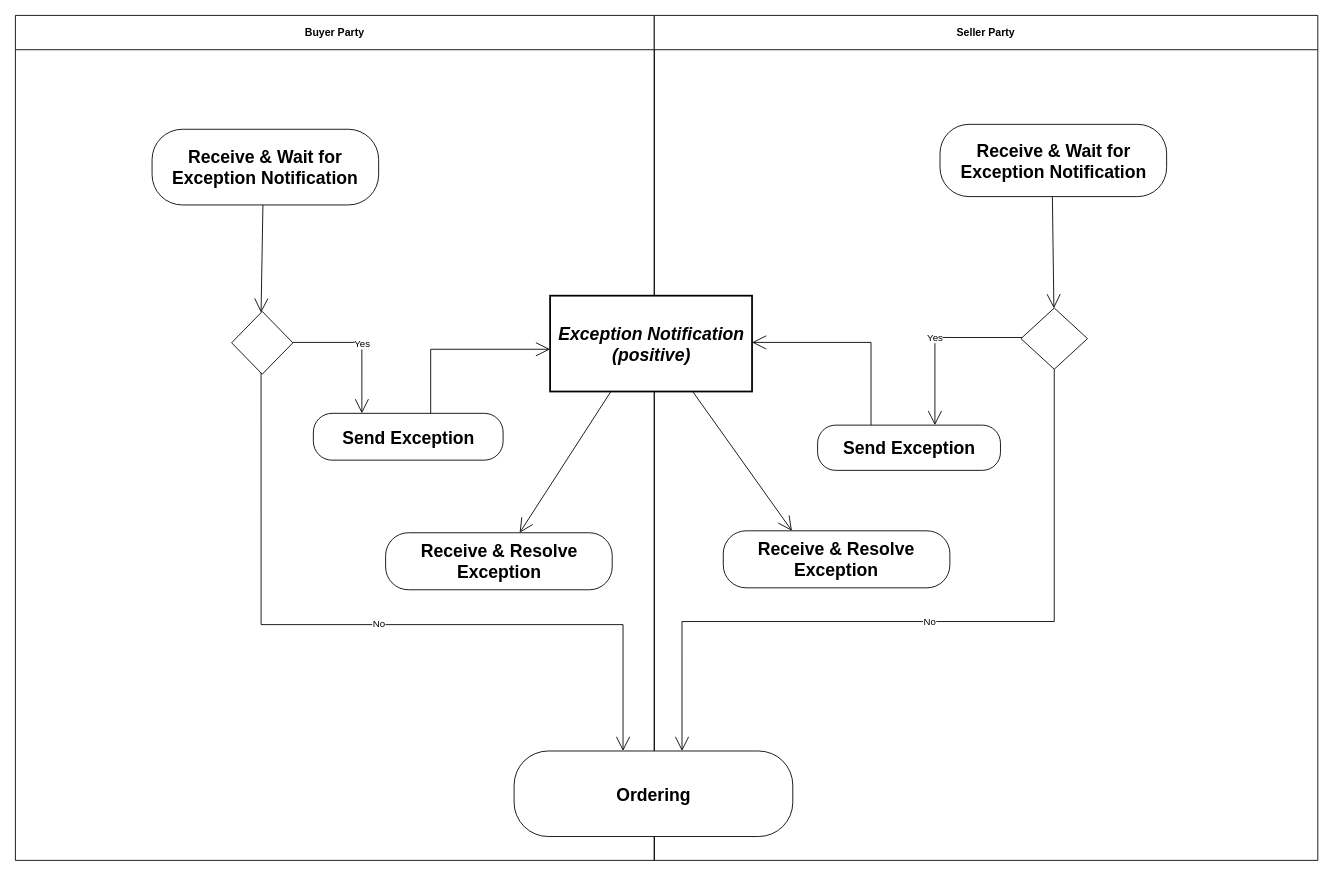
Earlier version of the draw.io diagram diagrams/UBL-2.2-CPFR-IdentifyResolve/UBL-2.2-CPFR-IdentifyResolve.drawio (kduvekot/ubl-work-on-svg-images). Source tidied: cells renumbered, new cells numbered last; positions are measured from the earlier drawing's top-left corner, leaving out a move shared by most shapes. Both pictures are drawn from the tidied source at 88%, with x=0, y=0 at pixel (15, 15).
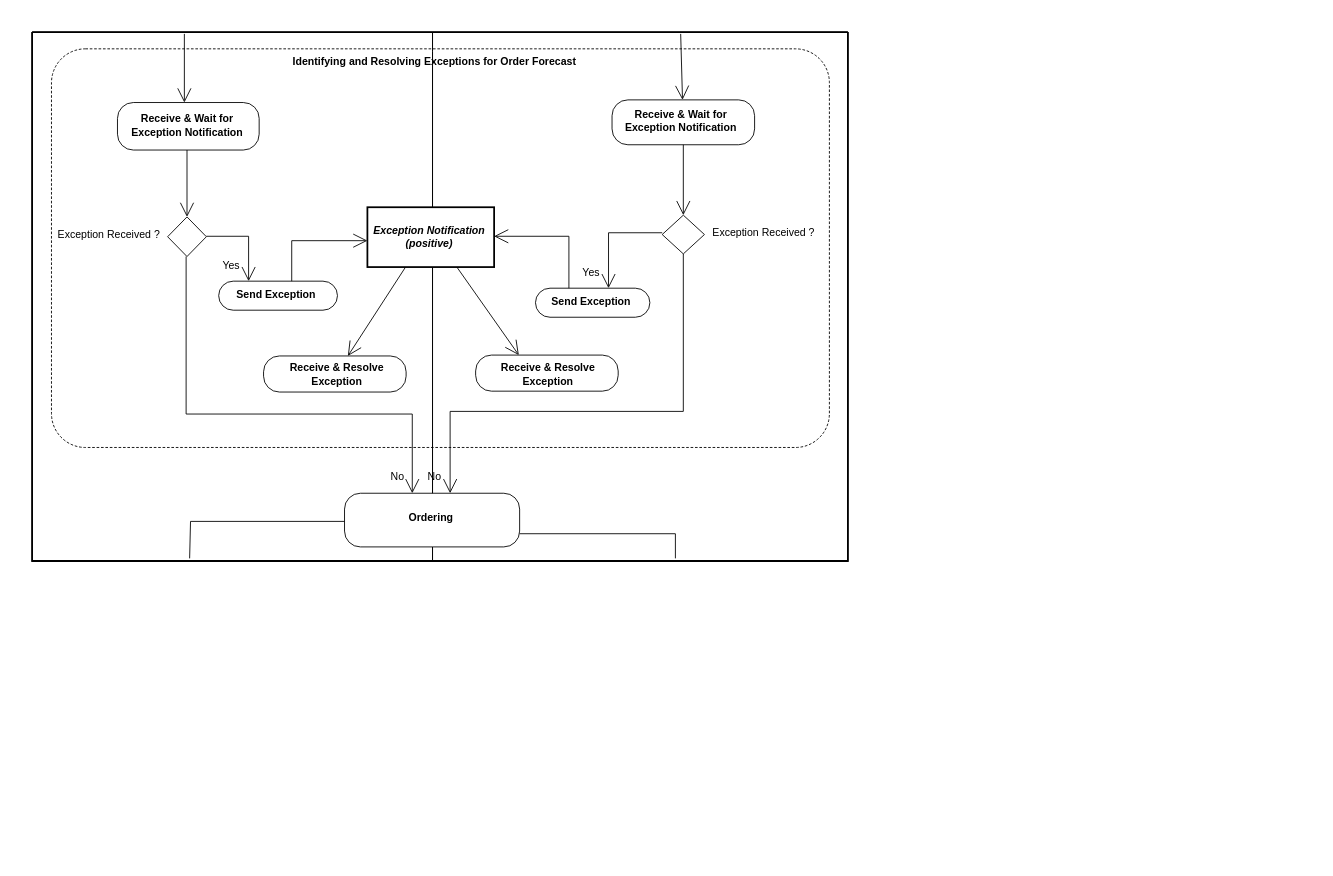
Above is the later version.

What changed in the source:
```diff
@@
+    <mxCell id="24" style="swimlane;html=1;startSize=0;whiteSpace=wrap;fillColor=none;strokeWidth=2;" parent="1" vertex="1">
+      <mxGeometry x="19" y="19" width="927" height="601" as="geometry" />
+    </mxCell>
+    <mxCell id="25" value="Identifying and Resolving Exceptions for Order Forecast" style="rounded=1;absoluteArcSize=1;arcSize=77;fillColor=none;dashed=1;dashPattern=3 2;html=1;whiteSpace=nowrap;fontSize=12;fontStyle=1;align=center;verticalAlign=top;spacing=0;spacingTop=3;spacingRight=14;" parent="24" vertex="1">
+      <mxGeometry x="22" y="19" width="884" height="453" as="geometry" />
+    </mxCell>
-    <mxCell id="2" value="Buyer Party" style="swimlane;whiteSpace=wrap;html=1;startSize=39;" parent="1" vertex="1">
-      <mxGeometry width="726" height="960.2" as="geometry" />
+    <mxCell id="2" style="swimlane;horizontal=1;startSize=22;swimlaneLine=0;html=1;fillColor=none;fontSize=12;fontStyle=0;spacing=0;spacingRight=2;" parent="24" vertex="1">
+      <mxGeometry width="455" height="601" as="geometry" />
     </mxCell>
-    <mxCell id="3" value="Seller Party" style="swimlane;whiteSpace=wrap;html=1;startSize=39;" parent="1" vertex="1">
-      <mxGeometry x="726" width="754" height="960.2" as="geometry" />
+    <mxCell id="3" style="swimlane;horizontal=1;startSize=22;swimlaneLine=0;html=1;fillColor=none;fontSize=12;fontStyle=0;spacing=0;spacingLeft=1;" parent="24" vertex="1">
+      <mxGeometry x="455" width="472" height="601" as="geometry" />
     </mxCell>
-    <mxCell id="4" value="Receive &amp; Wait for Exception Notification" style="rounded=1;arcSize=40;whiteSpace=wrap;html=1;fontStyle=1;fontFamily=Helvetica;fontSize=20;" parent="1" vertex="1">
-      <mxGeometry x="1050.7" y="123.8" width="257.5" height="82.1" as="geometry" />
+    <mxCell id="4" value="Receive &amp;amp; Wait for&lt;br&gt;Exception Notification" style="rounded=1;absoluteArcSize=1;arcSize=36;html=1;whiteSpace=nowrap;fontSize=12;fontStyle=1;align=center;verticalAlign=middle;spacing=0;spacingRight=6;spacingBottom=4;" parent="3" vertex="1">
+      <mxGeometry x="204" y="77" width="162" height="51" as="geometry" />
     </mxCell>
-    <mxCell id="5" value="Receive &amp; Wait for Exception Notification" style="rounded=1;arcSize=40;whiteSpace=wrap;html=1;fontStyle=1;fontFamily=Helvetica;fontSize=20;" parent="1" vertex="1">
-      <mxGeometry x="155.3" y="129.4" width="257.5" height="86" as="geometry" />
+    <mxCell id="5" value="Receive &amp;amp; Wait for&lt;br&gt;Exception Notification" style="rounded=1;absoluteArcSize=1;arcSize=36;html=1;whiteSpace=nowrap;fontSize=12;fontStyle=1;align=center;verticalAlign=middle;spacing=0;spacingRight=3;spacingBottom=3;" parent="2" vertex="1">
+      <mxGeometry x="97" y="80" width="161" height="54" as="geometry" />
     </mxCell>
-    <mxCell id="6" value="Exception Notification (positive)" style="rounded=0;whiteSpace=wrap;html=1;fontStyle=3;strokeWidth=2;fontFamily=Helvetica;fontSize=20;" parent="1" vertex="1">
-      <mxGeometry x="607.6" y="318.5" width="229.5" height="108.9" as="geometry" />
+    <mxCell id="6" value="Exception Notification&lt;br&gt;(positive)" style="rounded=0;html=1;whiteSpace=nowrap;fontSize=12;fontStyle=3;align=center;verticalAlign=middle;spacing=0;spacingRight=5;spacingBottom=1;strokeWidth=2;" parent="3" vertex="1">
+      <mxGeometry x="-74" y="199" width="144" height="68" as="geometry" />
     </mxCell>
-    <mxCell id="7" style="rhombus;whiteSpace=wrap;html=1;fontFamily=Helvetica;fontSize=20;" parent="1" vertex="1">
-      <mxGeometry x="1142.7" y="332.5" width="75.6" height="69.6" as="geometry" />
+    <mxCell id="7" value="Exception Received ?" style="rhombus;html=1;whiteSpace=nowrap;fontSize=12;fontStyle=0;align=center;verticalAlign=middle;spacing=0;spacingLeft=181;spacingBottom=5;" parent="3" vertex="1">
+      <mxGeometry x="261" y="208" width="48" height="44" as="geometry" />
     </mxCell>
-    <mxCell id="8" style="rhombus;whiteSpace=wrap;html=1;fontFamily=Helvetica;fontSize=20;" parent="1" vertex="1">
-      <mxGeometry x="245.7" y="336.4" width="69.6" height="71.3" as="geometry" />
+    <mxCell id="8" value="Exception Received ?" style="rhombus;html=1;whiteSpace=nowrap;fontSize=12;fontStyle=0;align=center;verticalAlign=middle;spacing=0;spacingRight=178;spacingBottom=4;" parent="2" vertex="1">
+      <mxGeometry x="154" y="210" width="44" height="45" as="geometry" />
     </mxCell>
-    <mxCell id="9" value="Send Exception" style="rounded=1;arcSize=40;whiteSpace=wrap;html=1;fontStyle=1;fontFamily=Helvetica;fontSize=20;" parent="1" vertex="1">
-      <mxGeometry x="338.6" y="452.2" width="215.6" height="53.2" as="geometry" />
+    <mxCell id="9" value="Send Exception" style="rounded=1;absoluteArcSize=1;arcSize=35;html=1;whiteSpace=nowrap;fontSize=12;fontStyle=1;align=center;verticalAlign=middle;spacing=0;spacingRight=5;spacingBottom=1;" parent="2" vertex="1">
+      <mxGeometry x="212" y="283" width="135" height="33" as="geometry" />
     </mxCell>
-    <mxCell id="10" value="Send Exception" style="rounded=1;arcSize=40;whiteSpace=wrap;html=1;fontStyle=1;fontFamily=Helvetica;fontSize=20;" parent="1" vertex="1">
-      <mxGeometry x="911.6" y="465.6" width="207.8" height="51.4" as="geometry" />
+    <mxCell id="10" value="Send Exception" style="rounded=1;absoluteArcSize=1;arcSize=34;html=1;whiteSpace=nowrap;fontSize=12;fontStyle=1;align=center;verticalAlign=middle;spacing=0;spacingRight=5;spacingBottom=2;" parent="3" vertex="1">
+      <mxGeometry x="117" y="291" width="130" height="33" as="geometry" />
     </mxCell>
-    <mxCell id="11" value="Receive &amp; Resolve Exception" style="rounded=1;arcSize=40;whiteSpace=wrap;html=1;fontStyle=1;fontFamily=Helvetica;fontSize=20;" parent="1" vertex="1">
-      <mxGeometry x="804.4" y="585.7" width="257.5" height="64.8" as="geometry" />
+    <mxCell id="11" value="Receive &amp;amp; Resolve&lt;br&gt;Exception" style="rounded=1;absoluteArcSize=1;arcSize=36;html=1;whiteSpace=nowrap;fontSize=12;fontStyle=1;align=center;verticalAlign=middle;spacing=0;spacingLeft=2;spacingTop=2;" parent="3" vertex="1">
+      <mxGeometry x="49" y="367" width="162" height="41" as="geometry" />
     </mxCell>
-    <mxCell id="12" value="Receive &amp; Resolve Exception" style="rounded=1;arcSize=40;whiteSpace=wrap;html=1;fontStyle=1;fontFamily=Helvetica;fontSize=20;" parent="1" vertex="1">
-      <mxGeometry x="420.7" y="587.9" width="257.5" height="64.8" as="geometry" />
+    <mxCell id="12" value="Receive &amp;amp; Resolve&lt;br&gt;Exception" style="rounded=1;absoluteArcSize=1;arcSize=36;html=1;whiteSpace=nowrap;fontSize=12;fontStyle=1;align=center;verticalAlign=middle;spacing=0;spacingLeft=4;spacingTop=1;" parent="2" vertex="1">
+      <mxGeometry x="263" y="368" width="162" height="41" as="geometry" />
     </mxCell>
-    <mxCell id="13" value="Ordering" style="rounded=1;arcSize=40;whiteSpace=wrap;html=1;fontStyle=1;fontFamily=Helvetica;fontSize=20;" parent="1" vertex="1">
-      <mxGeometry x="566.7" y="835.9" width="316.7" height="97.2" as="geometry" />
+    <mxCell id="13" value="Ordering" style="rounded=1;absoluteArcSize=1;arcSize=36;html=1;whiteSpace=nowrap;fontSize=12;fontStyle=1;align=center;verticalAlign=middle;spacing=0;spacingRight=3;spacingBottom=6;" parent="3" vertex="1">
+      <mxGeometry x="-100" y="524" width="199" height="61" as="geometry" />
     </mxCell>
-    <mxCell id="14" style="edgeStyle=none;rounded=0;html=1;endArrow=open;endFill=0;endSize=14;exitX=0.4959;exitY=1.0;entryX=0.4947;entryY=0.0;" parent="1" edge="1" source="4" target="7">
+    <mxCell id="14" style="edgeStyle=none;rounded=0;html=1;endArrow=open;endFill=0;endSize=14;exitX=0.5;exitY=1;exitPerimeter=0;entryX=0.5;entryY=0;entryPerimeter=0;" parent="3" edge="1" source="4" target="7">
       <mxGeometry relative="1" as="geometry" />
     </mxCell>
-    <mxCell id="15" style="edgeStyle=none;rounded=0;html=1;endArrow=open;endFill=0;endSize=14;exitX=0.4893;exitY=1.0;entryX=0.4799;entryY=0.0;" parent="1" edge="1" source="5" target="8">
+    <mxCell id="15" style="edgeStyle=none;rounded=0;html=1;endArrow=open;endFill=0;endSize=14;exitPerimeter=0;entryX=0.5;entryY=0;entryPerimeter=0;exitX=0.490683;exitY=1;" parent="2" edge="1" source="5" target="8">
       <mxGeometry relative="1" as="geometry" />
     </mxCell>
-    <mxCell id="16" style="edgeStyle=orthogonalEdgeStyle;rounded=0;html=1;endArrow=open;endFill=0;endSize=14;exitX=0.2921;exitY=0.0;entryX=1.0;entryY=0.4876;" parent="1" edge="1" source="10" target="6">
+    <mxCell id="16" style="edgeStyle=orthogonalEdgeStyle;rounded=0;html=1;endArrow=open;endFill=0;endSize=14;exitPerimeter=0;entryPerimeter=0;exitX=0.292308;exitY=0;entryX=1;entryY=0.485294;" parent="3" edge="1" source="10" target="6">
       <mxGeometry relative="1" as="geometry">
         <Array as="points">
-          <mxPoint x="972.3" y="371.6" />
+          <mxPoint x="155" y="232" />
         </Array>
       </mxGeometry>
     </mxCell>
-    <mxCell id="17" value="Yes" style="edgeStyle=orthogonalEdgeStyle;rounded=0;html=1;endArrow=open;endFill=0;endSize=14;exitX=0.0;exitY=0.4813;entryX=0.6415;entryY=0.0;" parent="1" edge="1" source="7" target="10">
-      <mxGeometry relative="1" as="geometry">
+    <mxCell id="17" value="Yes" style="edgeStyle=orthogonalEdgeStyle;rounded=0;html=1;endArrow=open;endFill=0;endSize=14;exitPerimeter=0;entryPerimeter=0;fontSize=12;fontStyle=0;align=center;verticalAlign=middle;labelBackgroundColor=none;exitX=0;exitY=0.454545;entryX=0.638462;entryY=0;" parent="3" edge="1" source="7" target="10">
+      <mxGeometry x="0.72" relative="1" as="geometry">
         <Array as="points">
-          <mxPoint x="1044.9" y="366" />
+          <mxPoint x="200" y="228" />
         </Array>
+        <mxPoint x="-20" as="offset" />
       </mxGeometry>
     </mxCell>
-    <mxCell id="18" style="edgeStyle=orthogonalEdgeStyle;rounded=0;html=1;endArrow=open;endFill=0;endSize=14;exitX=0.6183;exitY=0.0;entryX=0.0;entryY=0.5592;" parent="1" edge="1" source="9" target="6">
+    <mxCell id="18" style="edgeStyle=orthogonalEdgeStyle;rounded=0;html=1;endArrow=open;endFill=0;endSize=14;exitPerimeter=0;entryPerimeter=0;exitX=0.614815;exitY=0;entryX=0;entryY=0.558824;" parent="24" edge="1" source="9" target="6">
       <mxGeometry relative="1" as="geometry">
         <Array as="points">
-          <mxPoint x="471.9" y="379.4" />
+          <mxPoint x="295" y="237" />
         </Array>
       </mxGeometry>
     </mxCell>
-    <mxCell id="19" value="Yes" style="edgeStyle=orthogonalEdgeStyle;rounded=0;html=1;endArrow=open;endFill=0;endSize=14;exitX=1.0;exitY=0.4937;entryX=0.2556;entryY=0.0;" parent="1" edge="1" source="8" target="9">
-      <mxGeometry relative="1" as="geometry">
+    <mxCell id="19" value="Yes" style="edgeStyle=orthogonalEdgeStyle;rounded=0;html=1;endArrow=open;endFill=0;endSize=14;exitPerimeter=0;entryPerimeter=0;fontSize=12;fontStyle=0;align=center;verticalAlign=middle;labelBackgroundColor=none;exitX=1;exitY=0.488889;entryX=0.251852;entryY=0;" parent="2" edge="1" source="8" target="9">
+      <mxGeometry x="0.65" relative="1" as="geometry">
         <Array as="points">
-          <mxPoint x="393.7" y="371.6" />
+          <mxPoint x="246" y="232" />
         </Array>
+        <mxPoint x="-20" as="offset" />
       </mxGeometry>
     </mxCell>
-    <mxCell id="20" value="No" style="edgeStyle=orthogonalEdgeStyle;rounded=0;html=1;endArrow=open;endFill=0;endSize=14;exitX=0.5;exitY=1.0;entryX=0.6025;entryY=0.0;" parent="1" edge="1" source="7" target="13">
-      <mxGeometry relative="1" as="geometry">
+    <mxCell id="20" value="No" style="edgeStyle=orthogonalEdgeStyle;rounded=0;html=1;endArrow=open;endFill=0;endSize=14;exitPerimeter=0;entryPerimeter=0;fontSize=12;fontStyle=0;align=center;verticalAlign=middle;labelBackgroundColor=none;exitX=0.5;exitY=1;entryX=0.603015;entryY=0;" parent="3" edge="1" source="7" target="13">
+      <mxGeometry x="0.93" relative="1" as="geometry">
         <Array as="points">
-          <mxPoint x="1180.5" y="688.8" />
-          <mxPoint x="757.5" y="688.8" />
+          <mxPoint x="285" y="431" />
+          <mxPoint x="20" y="431" />
         </Array>
+        <mxPoint x="-18" as="offset" />
       </mxGeometry>
     </mxCell>
-    <mxCell id="21" value="No" style="edgeStyle=orthogonalEdgeStyle;rounded=0;html=1;endArrow=open;endFill=0;endSize=14;exitX=0.4799;exitY=1.0;entryX=0.3909;entryY=0.0;" parent="1" edge="1" source="8" target="13">
-      <mxGeometry relative="1" as="geometry">
+    <mxCell id="21" value="No" style="edgeStyle=orthogonalEdgeStyle;rounded=0;html=1;endArrow=open;endFill=0;endSize=14;exitPerimeter=0;entryPerimeter=0;fontSize=12;fontStyle=0;align=center;verticalAlign=middle;labelBackgroundColor=none;exitX=0.477273;exitY=1;entryX=0.386935;entryY=0;" parent="24" edge="1" source="8" target="13">
+      <mxGeometry x="0.93" relative="1" as="geometry">
         <Array as="points">
-          <mxPoint x="279.1" y="692.3" />
-          <mxPoint x="690.5" y="692.3" />
+          <mxPoint x="175" y="434" />
+          <mxPoint x="432" y="434" />
         </Array>
+        <mxPoint x="-17" as="offset" />
       </mxGeometry>
     </mxCell>
-    <mxCell id="22" style="edgeStyle=none;rounded=0;html=1;endArrow=open;endFill=0;endSize=14;exitX=0.3011;exitY=1.0;entryX=0.5915;entryY=0.0;" parent="1" edge="1" source="6" target="12">
+    <mxCell id="22" style="edgeStyle=none;rounded=0;html=1;endArrow=open;endFill=0;endSize=14;exitX=0.301;exitY=1;exitPerimeter=0;entryX=0.5915;entryY=0;entryPerimeter=0;" parent="24" edge="1" source="6" target="12">
       <mxGeometry relative="1" as="geometry" />
     </mxCell>
-    <mxCell id="23" style="edgeStyle=none;rounded=0;html=1;endArrow=open;endFill=0;endSize=14;exitX=0.7059;exitY=1.0;entryX=0.3029;entryY=0.0;" parent="1" edge="1" source="6" target="11">
+    <mxCell id="23" style="edgeStyle=none;rounded=0;html=1;endArrow=open;endFill=0;endSize=14;exitX=0.706;exitY=1;exitPerimeter=0;entryX=0.3028;entryY=0;entryPerimeter=0;" parent="3" edge="1" source="6" target="11">
       <mxGeometry relative="1" as="geometry" />
     </mxCell>
+    <mxCell id="26" style="edgeStyle=none;rounded=0;html=1;endArrow=open;endFill=0;endSize=14;entryPerimeter=0;entryX=0.47205;entryY=0;" parent="2" edge="1" target="5">
+      <mxGeometry relative="1" as="geometry">
+        <mxPoint x="173" y="2" as="sourcePoint" />
+      </mxGeometry>
+    </mxCell>
+    <mxCell id="27" style="edgeStyle=none;rounded=0;html=1;endArrow=open;endFill=0;endSize=14;entryX=0.4944;entryY=0;entryPerimeter=0;" parent="3" edge="1" target="4">
+      <mxGeometry relative="1" as="geometry">
+        <mxPoint x="282" y="2" as="sourcePoint" />
+      </mxGeometry>
+    </mxCell>
+    <mxCell id="28" style="edgeStyle=none;rounded=0;html=1;endArrow=none;endFill=0;endSize=14;exitPerimeter=0;exitX=0;exitY=0.52459;" parent="3" edge="1" source="13">
+      <mxGeometry relative="1" as="geometry">
+        <mxPoint x="-276" y="598" as="targetPoint" />
+        <Array as="points">
+          <mxPoint x="-275" y="556" />
+        </Array>
+      </mxGeometry>
+    </mxCell>
+    <mxCell id="29" style="edgeStyle=none;rounded=0;html=1;endArrow=none;endFill=0;endSize=14;exitPerimeter=0;exitX=1;exitY=0.754098;" parent="3" edge="1" source="13">
+      <mxGeometry relative="1" as="geometry">
+        <mxPoint x="276" y="598" as="targetPoint" />
+        <Array as="points">
+          <mxPoint x="276" y="570" />
+        </Array>
+      </mxGeometry>
+    </mxCell>
```
